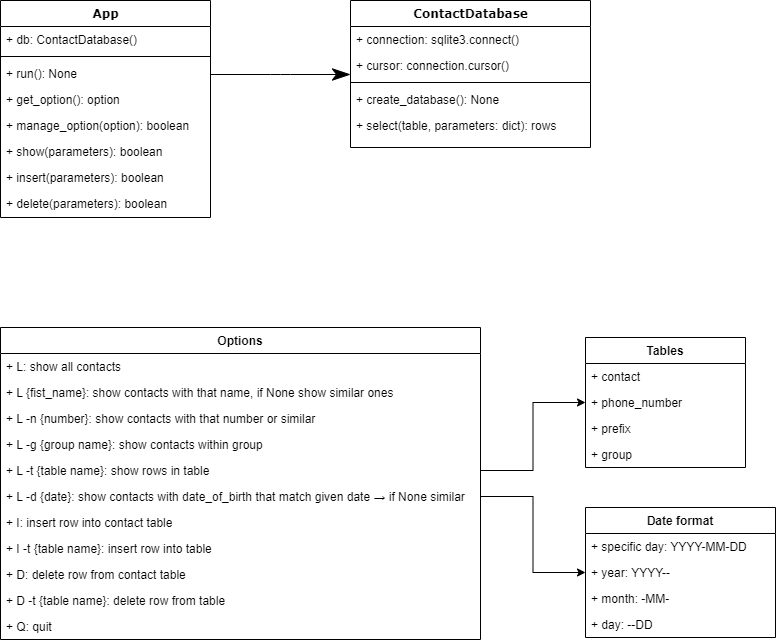
This is diagram/diagram.png from tom-alexa/ContactDatabase, a draw.io export, as it was before one commit. Source tidied: cells renumbered, new cells last; positions are measured from the earlier drawing's top-left corner, leaving out a move shared by most shapes.
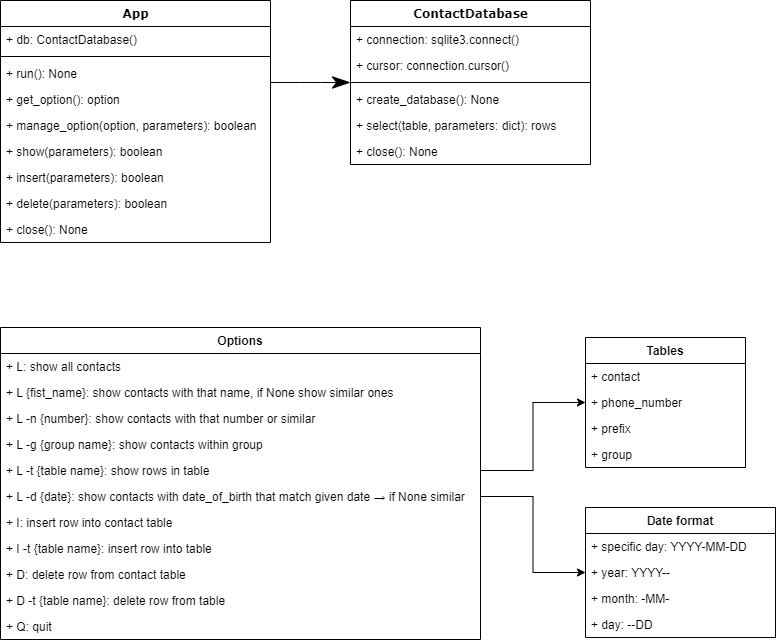
The same diagram one commit later.

Commit message:
Add main running loop

Diff of the diagram source:
```diff
@@ -3,34 +3,37 @@
     <mxCell id="0" />
     <mxCell id="1" parent="0" />
     <mxCell id="2" value="App" style="swimlane;html=1;fontStyle=1;align=center;verticalAlign=top;horizontal=1;startSize=26;swimlaneFillColor=#ffffff;rounded=0;shadow=0;comic=0;labelBackgroundColor=none;strokeWidth=1;fillColor=default;fontFamily=Verdana;fontSize=12;" parent="1" vertex="1">
-      <mxGeometry width="210" height="217" as="geometry" />
+      <mxGeometry width="270" height="242" as="geometry" />
     </mxCell>
     <mxCell id="3" value="+ db: ContactDatabase()" style="text;html=1;strokeColor=none;fillColor=none;align=left;verticalAlign=top;spacingLeft=4;spacingRight=4;whiteSpace=wrap;overflow=hidden;" parent="2" vertex="1">
-      <mxGeometry y="26" width="210" height="26" as="geometry" />
+      <mxGeometry y="26" width="270" height="26" as="geometry" />
     </mxCell>
     <mxCell id="4" style="line;html=1;strokeWidth=1;fillColor=none;align=left;verticalAlign=middle;spacingTop=-1;spacingLeft=3;spacingRight=3;labelPosition=right;" parent="2" vertex="1">
-      <mxGeometry y="52" width="210" height="8" as="geometry" />
+      <mxGeometry y="52" width="270" height="8" as="geometry" />
     </mxCell>
     <mxCell id="5" value="+ run(): None" style="text;html=1;strokeColor=none;fillColor=none;align=left;verticalAlign=top;spacingLeft=4;spacingRight=4;whiteSpace=wrap;overflow=hidden;" parent="2" vertex="1">
-      <mxGeometry y="60" width="210" height="26" as="geometry" />
+      <mxGeometry y="60" width="270" height="26" as="geometry" />
     </mxCell>
     <mxCell id="6" value="+ get_option(): option" style="text;html=1;strokeColor=none;fillColor=none;align=left;verticalAlign=top;spacingLeft=4;spacingRight=4;whiteSpace=wrap;overflow=hidden;" parent="2" vertex="1">
-      <mxGeometry y="86" width="210" height="26" as="geometry" />
+      <mxGeometry y="86" width="270" height="26" as="geometry" />
     </mxCell>
-    <mxCell id="7" value="+ manage_option(option): boolean" style="text;html=1;strokeColor=none;fillColor=none;align=left;verticalAlign=top;spacingLeft=4;spacingRight=4;whiteSpace=wrap;overflow=hidden;" parent="2" vertex="1">
-      <mxGeometry y="112" width="210" height="26" as="geometry" />
+    <mxCell id="7" value="+ manage_option(option, parameters): boolean" style="text;html=1;strokeColor=none;fillColor=none;align=left;verticalAlign=top;spacingLeft=4;spacingRight=4;whiteSpace=wrap;overflow=hidden;" parent="2" vertex="1">
+      <mxGeometry y="112" width="270" height="26" as="geometry" />
     </mxCell>
     <mxCell id="8" value="+ show(parameters): boolean" style="text;html=1;strokeColor=none;fillColor=none;align=left;verticalAlign=top;spacingLeft=4;spacingRight=4;whiteSpace=wrap;overflow=hidden;" parent="2" vertex="1">
-      <mxGeometry y="138" width="210" height="26" as="geometry" />
+      <mxGeometry y="138" width="270" height="26" as="geometry" />
     </mxCell>
     <mxCell id="9" value="+ insert(parameters): boolean" style="text;html=1;strokeColor=none;fillColor=none;align=left;verticalAlign=top;spacingLeft=4;spacingRight=4;whiteSpace=wrap;overflow=hidden;" parent="2" vertex="1">
-      <mxGeometry y="164" width="210" height="26" as="geometry" />
+      <mxGeometry y="164" width="270" height="26" as="geometry" />
     </mxCell>
     <mxCell id="10" value="+ delete(parameters): boolean" style="text;html=1;strokeColor=none;fillColor=none;align=left;verticalAlign=top;spacingLeft=4;spacingRight=4;whiteSpace=wrap;overflow=hidden;" parent="2" vertex="1">
-      <mxGeometry y="190" width="210" height="26" as="geometry" />
+      <mxGeometry y="190" width="270" height="26" as="geometry" />
     </mxCell>
+    <mxCell id="42" value="+ close(): None" style="text;html=1;strokeColor=none;fillColor=none;align=left;verticalAlign=top;spacingLeft=4;spacingRight=4;whiteSpace=wrap;overflow=hidden;" parent="2" vertex="1">
+      <mxGeometry y="216" width="270" height="26" as="geometry" />
+    </mxCell>
     <mxCell id="11" value="ContactDatabase" style="swimlane;html=1;fontStyle=1;align=center;verticalAlign=top;horizontal=1;startSize=26;swimlaneFillColor=#ffffff;rounded=0;shadow=0;comic=0;labelBackgroundColor=none;strokeWidth=1;fillColor=default;fontFamily=Verdana;fontSize=12;" parent="1" vertex="1">
-      <mxGeometry x="350" width="240" height="147" as="geometry" />
+      <mxGeometry x="350" width="240" height="164" as="geometry" />
     </mxCell>
     <mxCell id="12" value="+ connection: sqlite3.connect()" style="text;html=1;strokeColor=none;fillColor=none;align=left;verticalAlign=top;spacingLeft=4;spacingRight=4;whiteSpace=wrap;overflow=hidden;" parent="11" vertex="1">
       <mxGeometry y="26" width="240" height="26" as="geometry" />
@@ -47,6 +50,9 @@
     <mxCell id="16" value="+ select(table, parameters: dict): rows" style="text;html=1;strokeColor=none;fillColor=none;align=left;verticalAlign=top;spacingLeft=4;spacingRight=4;whiteSpace=wrap;overflow=hidden;" parent="11" vertex="1">
       <mxGeometry y="112" width="240" height="26" as="geometry" />
     </mxCell>
+    <mxCell id="43" value="+ close(): None" style="text;html=1;strokeColor=none;fillColor=none;align=left;verticalAlign=top;spacingLeft=4;spacingRight=4;whiteSpace=wrap;overflow=hidden;" parent="11" vertex="1">
+      <mxGeometry y="138" width="240" height="26" as="geometry" />
+    </mxCell>
     <mxCell id="17" style="edgeStyle=elbowEdgeStyle;html=1;labelBackgroundColor=none;startFill=0;startSize=8;endArrow=classicThin;endFill=1;endSize=16;fontFamily=Verdana;fontSize=12;elbow=vertical;" parent="1" edge="1" source="2" target="11">
       <mxGeometry relative="1" as="geometry" />
     </mxCell>
```
